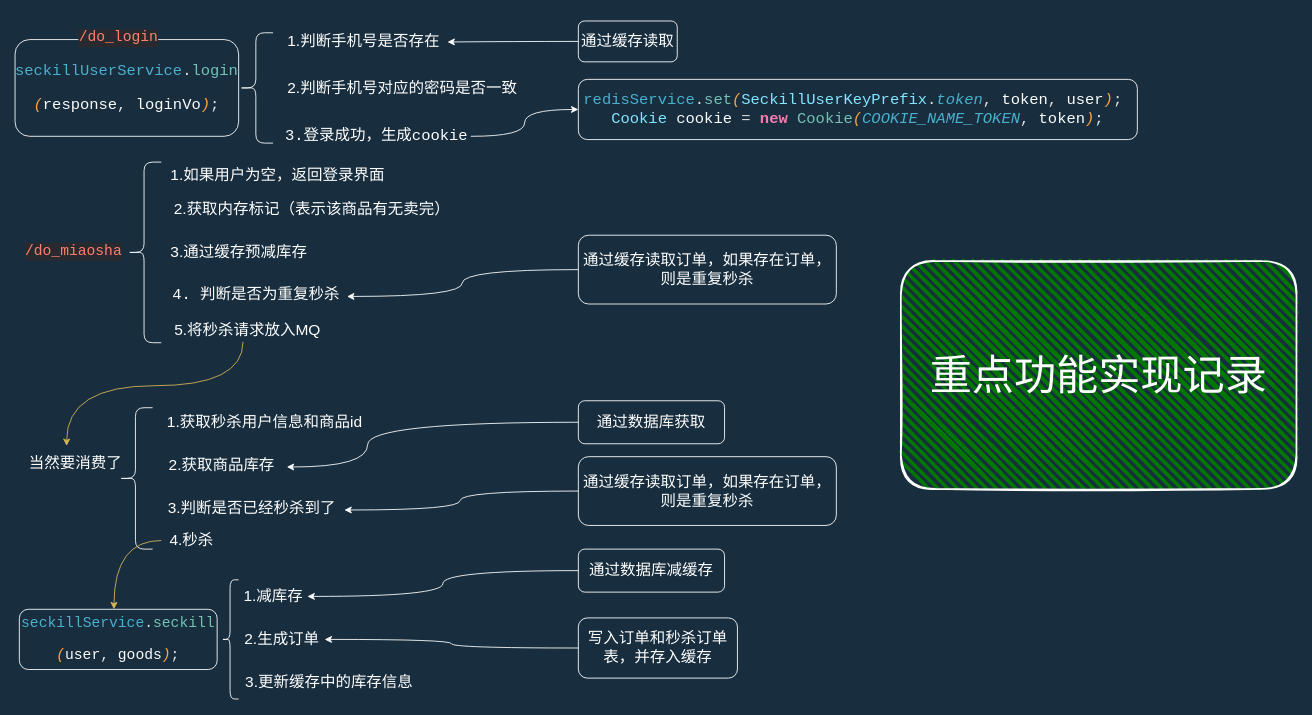
Before: sec-kill-orm/orm.drawio in uedkkk/fordrawio, a draw.io diagram. Source tidied: cells renumbered, new cells numbered last; positions are measured from the earlier drawing's top-left corner, leaving out a move shared by most shapes. Both pictures are drawn from the tidied source at 86%, with x=0, y=0 at pixel (15, 16).
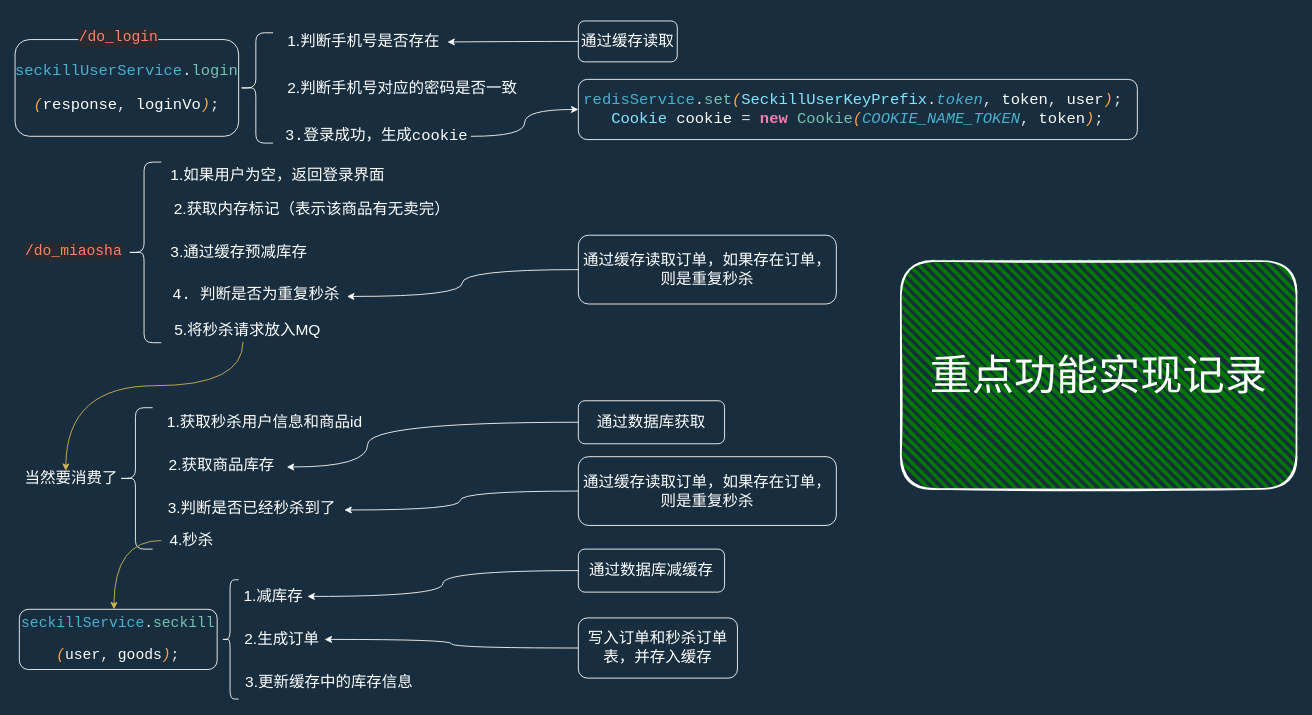
After the change.

The change refers to these unchanged cells:
```xml
<mxCell id="18" value="&lt;font color=&quot;#ffffff&quot; style=&quot;font-size: 18px&quot;&gt;5.将秒杀请求放入MQ&lt;/font&gt;" style="text;html=1;align=center;verticalAlign=middle;points=[];strokeColor=none;fontColor=#1A1A1A;rounded=1;" parent="1" vertex="1">
  <mxGeometry x="175" y="354" width="190" height="20" as="geometry" />
</mxCell>
```

Change to the diagram source:
```diff
@@
     <mxCell id="19" value="&lt;font color=&quot;#ffffff&quot; style=&quot;font-size: 18px&quot;&gt;当然要消费了&lt;/font&gt;" style="text;html=1;align=center;verticalAlign=middle;points=[];strokeColor=none;fontColor=#1A1A1A;" parent="1" vertex="1">
-      <mxGeometry x="10" y="509" width="120" height="20" as="geometry" />
+      <mxGeometry x="5" y="526.8" width="120" height="20" as="geometry" />
     </mxCell>
@@
-    <mxCell id="29" style="edgeStyle=orthogonalEdgeStyle;curved=1;rounded=1;jettySize=auto;html=1;fontColor=#FFFFFF;strokeColor=#d6b656;exitX=0.474;exitY=1.2;exitDx=0;exitDy=0;exitPerimeter=0;fillColor=#fff2cc;" parent="1" edge="1" source="18">
+    <mxCell id="29" style="edgeStyle=orthogonalEdgeStyle;curved=1;rounded=1;jettySize=auto;html=1;fontColor=#FFFFFF;strokeColor=#d6b656;exitX=0.474;exitY=1.2;exitDx=0;exitDy=0;exitPerimeter=0;fillColor=#fff2cc;entryX=0.45;entryY=0.059;entryDx=0;entryDy=0;entryPerimeter=0;" parent="1" edge="1" source="18" target="19">
       <mxGeometry relative="1" as="geometry">
-        <mxPoint x="60" y="499" as="targetPoint" />
         <Array as="points">
           <mxPoint x="265" y="429" />
           <mxPoint x="60" y="429" />
         </Array>
       </mxGeometry>
     </mxCell>
```
